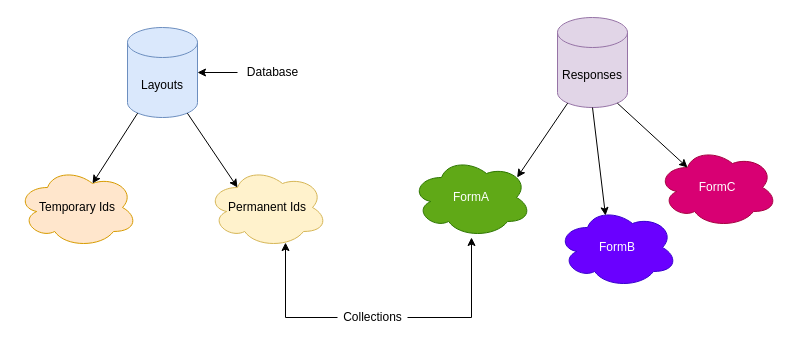
Earlier version of the draw.io diagram page "Data Model" (2 of 3) of Design.drawio (paulologeh/flexforms). Source tidied: cells renumbered, new cells numbered last; positions are measured from the earlier drawing's top-left corner, leaving out a move shared by most shapes. Both pictures are drawn from the tidied source at 100%, with x=0, y=0 at pixel (17, 17).
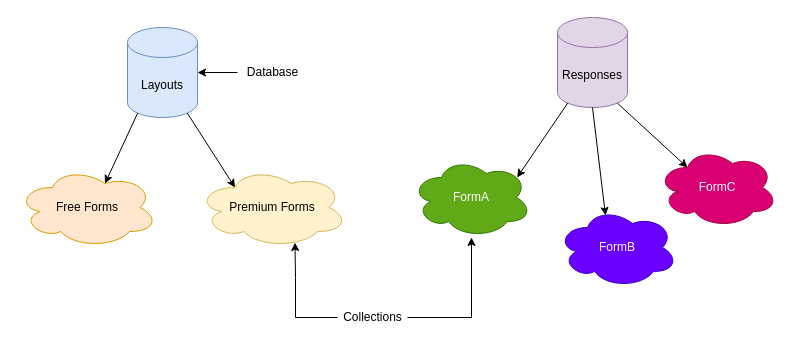
After the change.

Unchanged cells that the change refers to:
```xml
<mxCell id="18" value="Collections" style="text;html=1;align=center;verticalAlign=middle;points=[];" parent="1" vertex="1">
  <mxGeometry x="320" y="290" width="70" height="20" as="geometry" />
</mxCell>
```

What changed in the source:
```diff
@@
-    <mxCell id="4" value="Permanent Ids" style="ellipse;shape=cloud;whiteSpace=wrap;html=1;fillColor=#fff2cc;strokeColor=#d6b656;" parent="1" vertex="1">
-      <mxGeometry x="190" y="150" width="120" height="80" as="geometry" />
+    <mxCell id="4" value="Premium Forms" style="ellipse;shape=cloud;whiteSpace=wrap;html=1;fillColor=#fff2cc;strokeColor=#d6b656;" parent="1" vertex="1">
+      <mxGeometry x="180" y="150" width="150" height="80" as="geometry" />
     </mxCell>
-    <mxCell id="5" value="Temporary Ids" style="ellipse;shape=cloud;whiteSpace=wrap;html=1;fillColor=#ffe6cc;strokeColor=#d79b00;" parent="1" vertex="1">
-      <mxGeometry y="150" width="120" height="80" as="geometry" />
+    <mxCell id="5" value="Free Forms" style="ellipse;shape=cloud;whiteSpace=wrap;html=1;fillColor=#ffe6cc;strokeColor=#d79b00;" parent="1" vertex="1">
+      <mxGeometry y="150" width="140" height="80" as="geometry" />
     </mxCell>
@@
     <mxCell id="17" style="edgeStyle=orthogonalEdgeStyle;rounded=0;jettySize=auto;html=1;entryX=0.65;entryY=0.938;entryDx=0;entryDy=0;entryPerimeter=0;" parent="1" edge="1" source="18" target="4">
-      <mxGeometry relative="1" as="geometry" />
+      <mxGeometry relative="1" as="geometry">
+        <Array as="points">
+          <mxPoint x="278" y="300" />
+          <mxPoint x="278" y="260" />
+        </Array>
+      </mxGeometry>
     </mxCell>
```
